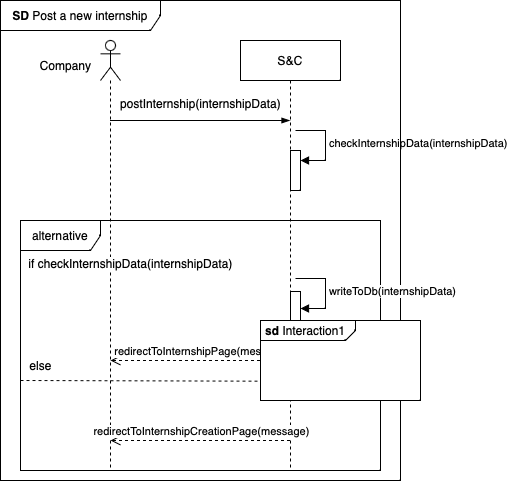
edogriba/GribaldoRosa keeps this draw.io diagram as RASD/Images/UseCases/PostNewInternship.drawio.png. Above is the earlier version. Source tidied: cells renumbered, new cells last; positions are measured from the earlier drawing's top-left corner, leaving out a move shared by most shapes. Its diagram source:
```xml
<mxGraphModel>
  <root>
    <mxCell id="0" />
    <mxCell id="1" parent="0" />
    <mxCell id="2" value="S&amp;amp;C" style="shape=umlLifeline;perimeter=lifelinePerimeter;whiteSpace=wrap;html=1;outlineConnect=0;portConstraint=eastwest;newEdgeStyle={&quot;edgeStyle&quot;:&quot;elbowEdgeStyle&quot;,&quot;elbow&quot;:&quot;vertical&quot;,&quot;curved&quot;:0,&quot;rounded&quot;:0};" parent="1" vertex="1">
      <mxGeometry x="240" y="40" width="100" height="430" as="geometry" />
    </mxCell>
    <mxCell id="3" style="html=1;points=[[0,0,0,0,5],[0,1,0,0,-5],[1,0,0,0,5],[1,1,0,0,-5]];perimeter=orthogonalPerimeter;outlineConnect=0;targetShapes=umlLifeline;portConstraint=eastwest;newEdgeStyle={&quot;curved&quot;:0,&quot;rounded&quot;:0};" parent="2" vertex="1">
      <mxGeometry x="50" y="110" width="10" height="40" as="geometry" />
    </mxCell>
    <mxCell id="4" value="checkInternshipData(internshipData)" style="html=1;align=left;spacingLeft=2;endArrow=block;rounded=0;edgeStyle=orthogonalEdgeStyle;curved=0;rounded=0;" parent="2" edge="1" target="3">
      <mxGeometry relative="1" as="geometry">
        <mxPoint x="55" y="90" as="sourcePoint" />
        <Array as="points">
          <mxPoint x="85" y="120" />
        </Array>
      </mxGeometry>
    </mxCell>
    <mxCell id="5" style="shape=umlLifeline;perimeter=lifelinePerimeter;whiteSpace=wrap;html=1;outlineConnect=0;portConstraint=eastwest;newEdgeStyle={&quot;curved&quot;:0,&quot;rounded&quot;:0};participant=umlActor;" parent="1" vertex="1">
      <mxGeometry x="100" y="40" width="20" height="430" as="geometry" />
    </mxCell>
    <mxCell id="6" value="Company" style="text;html=1;align=center;verticalAlign=middle;strokeColor=none;fillColor=none;" parent="1" vertex="1">
      <mxGeometry x="30" y="50" width="70" height="30" as="geometry" />
    </mxCell>
    <mxCell id="7" style="edgeStyle=elbowEdgeStyle;fontSize=12;html=1;endArrow=blockThin;endFill=1;rounded=0;" parent="1" edge="1" source="5" target="2">
      <mxGeometry relative="1" as="geometry">
        <Array as="points">
          <mxPoint x="190" y="120" />
        </Array>
      </mxGeometry>
    </mxCell>
    <mxCell id="8" value="postInternship(internshipData)" style="text;html=1;align=center;verticalAlign=middle;strokeColor=none;fillColor=none;" parent="1" vertex="1">
      <mxGeometry x="110" y="88" width="180" height="30" as="geometry" />
    </mxCell>
    <mxCell id="9" value="alternative" style="shape=umlFrame;whiteSpace=wrap;html=1;width=80;height=30;" parent="1" vertex="1">
      <mxGeometry x="20" y="220" width="360" height="250" as="geometry" />
    </mxCell>
    <mxCell id="10" value="&lt;b&gt;SD&lt;/b&gt; Post a new internship" style="shape=umlFrame;whiteSpace=wrap;html=1;width=160;height=30;" parent="1" vertex="1">
      <mxGeometry width="400" height="480" as="geometry" />
    </mxCell>
    <mxCell id="11" style="endArrow=none;dashed=1;html=1;rounded=0;exitX=0.014;exitY=0.49;exitDx=0;exitDy=0;exitPerimeter=0;entryX=0.994;entryY=0.495;entryDx=0;entryDy=0;entryPerimeter=0;" parent="1" edge="1">
      <mxGeometry relative="1" as="geometry">
        <mxPoint x="20" y="380" as="sourcePoint" />
        <mxPoint x="372.8" y="381" as="targetPoint" />
      </mxGeometry>
    </mxCell>
    <mxCell id="12" value="else" style="text;html=1;align=center;verticalAlign=middle;strokeColor=none;fillColor=none;" parent="1" vertex="1">
      <mxGeometry x="15" y="350" width="50" height="30" as="geometry" />
    </mxCell>
    <mxCell id="13" value="if checkInternshipData(internshipData)" style="text;html=1;align=center;verticalAlign=middle;strokeColor=none;fillColor=none;labelBackgroundColor=default;" parent="1" vertex="1">
      <mxGeometry x="15" y="248" width="230" height="30" as="geometry" />
    </mxCell>
    <mxCell id="14" style="html=1;points=[[0,0,0,0,5],[0,1,0,0,-5],[1,0,0,0,5],[1,1,0,0,-5]];perimeter=orthogonalPerimeter;outlineConnect=0;targetShapes=umlLifeline;portConstraint=eastwest;newEdgeStyle={&quot;curved&quot;:0,&quot;rounded&quot;:0};" parent="1" vertex="1">
      <mxGeometry x="290" y="291" width="10" height="40" as="geometry" />
    </mxCell>
    <mxCell id="15" value="writeToDb(internshipData)" style="html=1;align=left;spacingLeft=2;endArrow=block;rounded=0;edgeStyle=orthogonalEdgeStyle;curved=0;rounded=0;" parent="1" edge="1" target="14">
      <mxGeometry relative="1" as="geometry">
        <mxPoint x="295" y="278" as="sourcePoint" />
        <Array as="points">
          <mxPoint x="325" y="308" />
        </Array>
      </mxGeometry>
    </mxCell>
    <mxCell id="16" value="redirectToInternshipPage(message)" style="html=1;verticalAlign=bottom;endArrow=open;dashed=1;endSize=8;curved=0;rounded=0;" parent="1" edge="1">
      <mxGeometry relative="1" as="geometry">
        <mxPoint x="289.5" y="360" as="sourcePoint" />
        <mxPoint x="110" y="360" as="targetPoint" />
      </mxGeometry>
    </mxCell>
    <mxCell id="17" value="redirectToInternshipCreationPage(message)" style="html=1;verticalAlign=bottom;endArrow=open;dashed=1;endSize=8;curved=0;rounded=0;" parent="1" edge="1">
      <mxGeometry relative="1" as="geometry">
        <mxPoint x="289.5" y="440" as="sourcePoint" />
        <mxPoint x="110" y="440" as="targetPoint" />
      </mxGeometry>
    </mxCell>
    <mxCell id="18" value="&lt;p style=&quot;margin:0px;margin-top:4px;margin-left:5px;text-align:left;&quot;&gt;&lt;b&gt;sd&lt;/b&gt;  Interaction1&lt;/p&gt;" style="html=1;shape=mxgraph.sysml.package;overflow=fill;labelX=95;align=left;spacingLeft=5;verticalAlign=top;spacingTop=-3;" parent="1" vertex="1">
      <mxGeometry x="260" y="320" width="160" height="80" as="geometry" />
    </mxCell>
  </root>
</mxGraphModel>
```
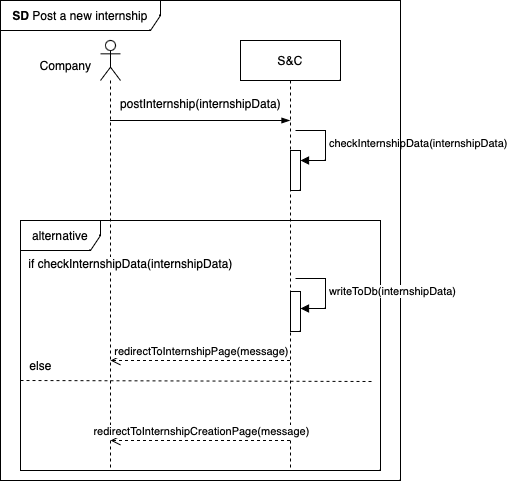
The same diagram one commit later.

What changed in the source:
```diff
@@ -73,8 +73,5 @@
         <mxPoint x="110" y="440" as="targetPoint" />
       </mxGeometry>
     </mxCell>
-    <mxCell id="18" value="&lt;p style=&quot;margin:0px;margin-top:4px;margin-left:5px;text-align:left;&quot;&gt;&lt;b&gt;sd&lt;/b&gt;  Interaction1&lt;/p&gt;" style="html=1;shape=mxgraph.sysml.package;overflow=fill;labelX=95;align=left;spacingLeft=5;verticalAlign=top;spacingTop=-3;" parent="1" vertex="1">
-      <mxGeometry x="260" y="320" width="160" height="80" as="geometry" />
-    </mxCell>
   </root>
 </mxGraphModel>
```
